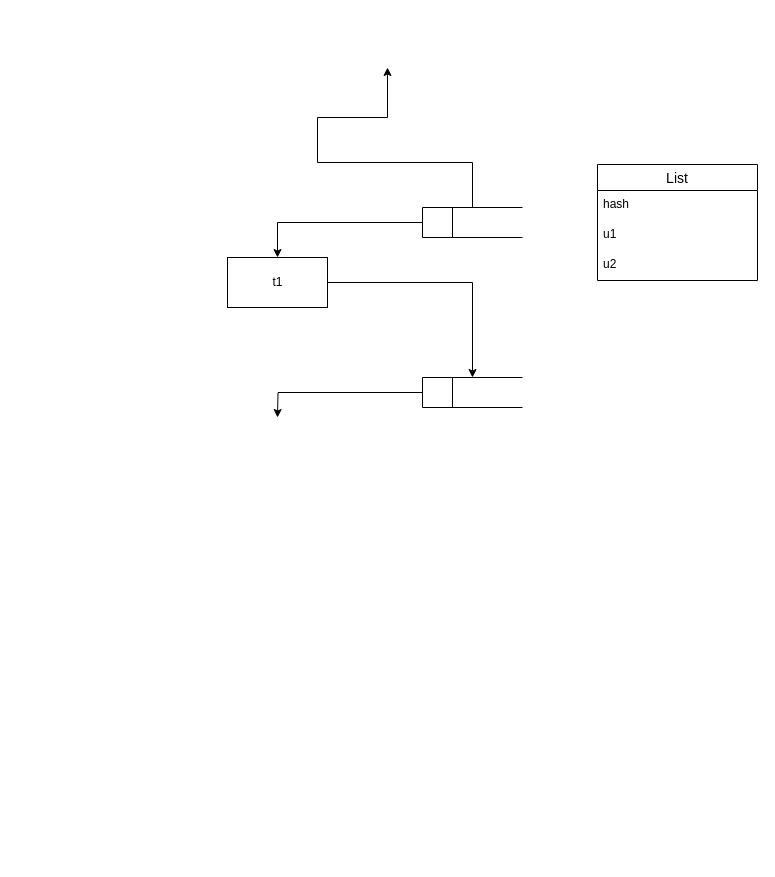
Earlier version of the draw.io diagram page "Page-4" (4 of 4) of mindmap.dio (ITerm0rex/Cryhastra). Source tidied: cells renumbered, new cells numbered last; positions are measured from the earlier drawing's top-left corner, leaving out a move shared by most shapes. Both pictures are drawn from the tidied source at 100%, with x=0, y=0 at pixel (227, 67).
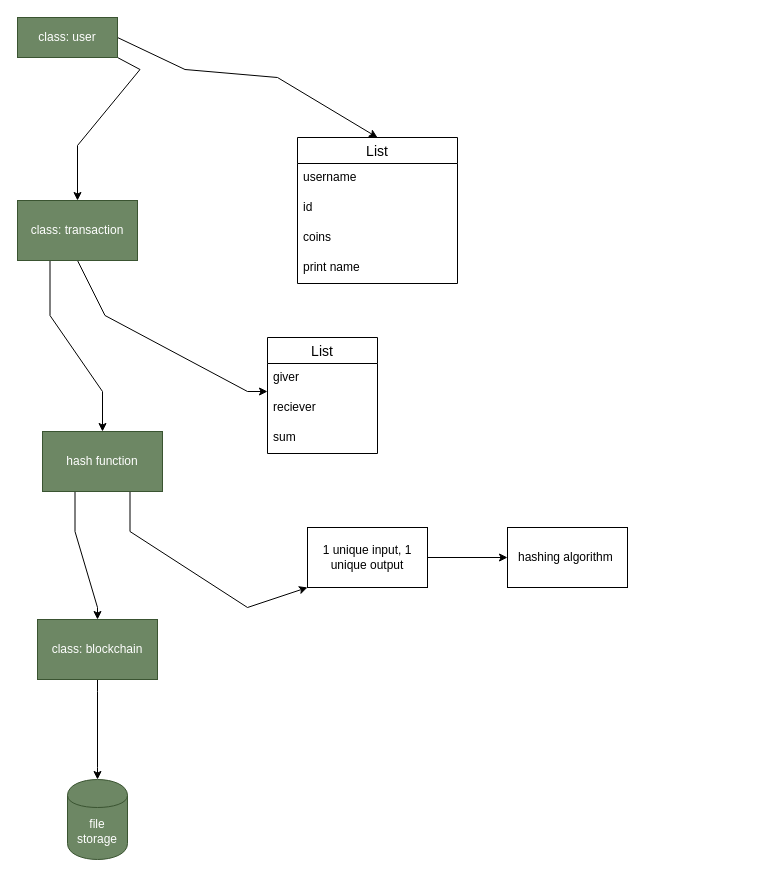
The same page after the edit.

Change to the diagram source:
```diff
@@
-    <mxCell id="2" style="edgeStyle=orthogonalEdgeStyle;rounded=0;jettySize=auto;html=1;entryX=0.5;entryY=0;entryDx=0;entryDy=0;" parent="1" edge="1" source="3" target="8">
-      <mxGeometry relative="1" as="geometry" />
-    </mxCell>
-    <mxCell id="3" value="t1" style="html=1;dashed=0;whitespace=wrap;" parent="1" vertex="1">
-      <mxGeometry y="190" width="100" height="50" as="geometry" />
-    </mxCell>
-    <mxCell id="4" style="edgeStyle=orthogonalEdgeStyle;rounded=0;jettySize=auto;html=1;" parent="1" edge="1" source="6" target="3">
-      <mxGeometry relative="1" as="geometry" />
-    </mxCell>
-    <mxCell id="5" style="edgeStyle=orthogonalEdgeStyle;rounded=0;jettySize=auto;html=1;" parent="1" edge="1" source="6">
-      <mxGeometry relative="1" as="geometry">
-        <mxPoint x="160" as="targetPoint" />
-        <Array as="points">
-          <mxPoint x="245" y="95" />
-          <mxPoint x="90" y="95" />
-          <mxPoint x="90" y="50" />
-        </Array>
-      </mxGeometry>
-    </mxCell>
-    <mxCell id="6" style="html=1;dashed=0;whitespace=wrap;shape=mxgraph.dfd.dataStoreID;align=left;spacingLeft=3;points=[[0,0],[0.5,0],[1,0],[0,0.5],[1,0.5],[0,1],[0.5,1],[1,1]];" parent="1" vertex="1">
-      <mxGeometry x="195" y="140" width="100" height="30" as="geometry" />
-    </mxCell>
-    <mxCell id="7" style="edgeStyle=orthogonalEdgeStyle;rounded=0;jettySize=auto;html=1;" parent="1" edge="1" source="8">
-      <mxGeometry relative="1" as="geometry">
-        <mxPoint x="50" y="350" as="targetPoint" />
-      </mxGeometry>
-    </mxCell>
-    <mxCell id="8" style="html=1;dashed=0;whitespace=wrap;shape=mxgraph.dfd.dataStoreID;align=left;spacingLeft=3;points=[[0,0],[0.5,0],[1,0],[0,0.5],[1,0.5],[0,1],[0.5,1],[1,1]];" parent="1" vertex="1">
-      <mxGeometry x="195" y="310" width="100" height="30" as="geometry" />
-    </mxCell>
-    <mxCell id="9" value="List" style="swimlane;fontStyle=0;horizontal=1;startSize=26;align=center;fontSize=14;" parent="1" vertex="1">
-      <mxGeometry x="370" y="97" width="160" height="116" as="geometry" />
-    </mxCell>
-    <mxCell id="10" value="hash" style="text;strokeColor=none;fillColor=none;spacingLeft=4;spacingRight=4;overflow=hidden;fontSize=12;" parent="9" vertex="1">
-      <mxGeometry y="26" width="160" height="30" as="geometry" />
-    </mxCell>
-    <mxCell id="11" value="u1" style="text;strokeColor=none;fillColor=none;spacingLeft=4;spacingRight=4;overflow=hidden;fontSize=12;" parent="9" vertex="1">
-      <mxGeometry y="56" width="160" height="30" as="geometry" />
-    </mxCell>
-    <mxCell id="12" value="u2" style="text;strokeColor=none;fillColor=none;spacingLeft=4;spacingRight=4;overflow=hidden;fontSize=12;" parent="9" vertex="1">
-      <mxGeometry y="86" width="160" height="30" as="geometry" />
-    </mxCell>
+    <mxCell id="13" style="edgeStyle=orthogonalEdgeStyle;rounded=0;jettySize=auto;html=1;fontFamily=Helvetica;fontSize=12;noEdgeStyle=1;orthogonal=1;" parent="1" edge="1" source="15" target="18">
+      <mxGeometry relative="1" as="geometry">
+        <Array as="points">
+          <mxPoint x="-87.5" y="2" />
+          <mxPoint x="-150" y="78" />
+        </Array>
+      </mxGeometry>
+    </mxCell>
+    <mxCell id="14" style="edgeStyle=orthogonalEdgeStyle;rounded=0;jettySize=auto;html=1;exitX=1;exitY=0.5;exitDx=0;exitDy=0;entryX=0.5;entryY=0;entryDx=0;entryDy=0;fontFamily=Helvetica;fontSize=12;noEdgeStyle=1;orthogonal=1;" parent="1" edge="1" source="15" target="25">
+      <mxGeometry relative="1" as="geometry">
+        <Array as="points">
+          <mxPoint x="-42.5" y="2" />
+          <mxPoint x="50" y="10" />
+        </Array>
+      </mxGeometry>
+    </mxCell>
+    <mxCell id="15" value="class: user" style="whiteSpace=wrap;html=1;align=center;fontFamily=Helvetica;fontSize=12;fillColor=#6d8764;strokeColor=#3A5431;fontColor=#ffffff;" parent="1" vertex="1">
+      <mxGeometry x="-210" y="-50" width="100" height="40" as="geometry" />
+    </mxCell>
+    <mxCell id="16" style="edgeStyle=orthogonalEdgeStyle;rounded=0;jettySize=auto;html=1;fontFamily=Helvetica;fontSize=12;noEdgeStyle=1;orthogonal=1;" parent="1" edge="1" source="18" target="21">
+      <mxGeometry relative="1" as="geometry">
+        <Array as="points">
+          <mxPoint x="-177.5" y="248" />
+          <mxPoint x="-125" y="324" />
+        </Array>
+      </mxGeometry>
+    </mxCell>
+    <mxCell id="17" style="edgeStyle=orthogonalEdgeStyle;rounded=0;jettySize=auto;html=1;fontFamily=Helvetica;fontSize=12;exitX=0.5;exitY=1;exitDx=0;exitDy=0;noEdgeStyle=1;orthogonal=1;" parent="1" edge="1" source="18" target="30">
+      <mxGeometry relative="1" as="geometry">
+        <Array as="points">
+          <mxPoint x="-122.5" y="248" />
+          <mxPoint x="20" y="324" />
+        </Array>
+      </mxGeometry>
+    </mxCell>
+    <mxCell id="18" value="class: transaction" style="whiteSpace=wrap;html=1;fillColor=#6d8764;strokeColor=#3A5431;fontColor=#ffffff;" parent="1" vertex="1">
+      <mxGeometry x="-210" y="133" width="120" height="60" as="geometry" />
+    </mxCell>
+    <mxCell id="19" style="edgeStyle=orthogonalEdgeStyle;rounded=0;jettySize=auto;html=1;fontFamily=Helvetica;fontSize=12;noEdgeStyle=1;orthogonal=1;" parent="1" edge="1" source="21" target="23">
+      <mxGeometry relative="1" as="geometry">
+        <Array as="points">
+          <mxPoint x="-152.5" y="464" />
+          <mxPoint x="-130" y="540" />
+        </Array>
+      </mxGeometry>
+    </mxCell>
+    <mxCell id="20" style="edgeStyle=orthogonalEdgeStyle;rounded=0;jettySize=auto;html=1;fontFamily=Helvetica;fontSize=12;noEdgeStyle=1;orthogonal=1;" parent="1" edge="1" source="21" target="35">
+      <mxGeometry relative="1" as="geometry">
+        <Array as="points">
+          <mxPoint x="-97.5" y="464" />
+          <mxPoint x="20" y="540" />
+        </Array>
+      </mxGeometry>
+    </mxCell>
+    <mxCell id="21" value="hash function" style="whiteSpace=wrap;html=1;fillColor=#6d8764;strokeColor=#3A5431;fontColor=#ffffff;" parent="1" vertex="1">
+      <mxGeometry x="-185" y="364" width="120" height="60" as="geometry" />
+    </mxCell>
+    <mxCell id="22" style="edgeStyle=orthogonalEdgeStyle;rounded=0;jettySize=auto;html=1;fontFamily=Helvetica;fontSize=12;noEdgeStyle=1;orthogonal=1;" parent="1" edge="1" source="23" target="24">
+      <mxGeometry relative="1" as="geometry">
+        <Array as="points">
+          <mxPoint x="-130" y="624" />
+          <mxPoint x="-130" y="700" />
+        </Array>
+      </mxGeometry>
+    </mxCell>
+    <mxCell id="23" value="class: blockchain" style="whiteSpace=wrap;html=1;fillColor=#6d8764;strokeColor=#3A5431;fontColor=#ffffff;" parent="1" vertex="1">
+      <mxGeometry x="-190" y="552" width="120" height="60" as="geometry" />
+    </mxCell>
+    <mxCell id="24" value="file storage" style="shape=cylinder;whiteSpace=wrap;html=1;boundedLbl=1;backgroundOutline=1;fillColor=#6d8764;strokeColor=#3A5431;fontColor=#ffffff;" parent="1" vertex="1">
+      <mxGeometry x="-160" y="712" width="60" height="80" as="geometry" />
+    </mxCell>
+    <mxCell id="25" value="List" style="swimlane;fontStyle=0;horizontal=1;startSize=26;align=center;fontSize=14;" parent="1" vertex="1">
+      <mxGeometry x="70" y="70" width="160" height="146" as="geometry" />
+    </mxCell>
+    <mxCell id="26" value="username" style="text;strokeColor=none;fillColor=none;spacingLeft=4;spacingRight=4;overflow=hidden;fontSize=12;" parent="25" vertex="1">
+      <mxGeometry y="26" width="160" height="30" as="geometry" />
+    </mxCell>
+    <mxCell id="27" value="id" style="text;strokeColor=none;fillColor=none;spacingLeft=4;spacingRight=4;overflow=hidden;fontSize=12;" parent="25" vertex="1">
+      <mxGeometry y="56" width="160" height="30" as="geometry" />
+    </mxCell>
+    <mxCell id="28" value="coins" style="text;strokeColor=none;fillColor=none;spacingLeft=4;spacingRight=4;overflow=hidden;fontSize=12;" parent="25" vertex="1">
+      <mxGeometry y="86" width="160" height="30" as="geometry" />
+    </mxCell>
+    <mxCell id="29" value="print name" style="text;strokeColor=none;fillColor=none;spacingLeft=4;spacingRight=4;overflow=hidden;fontSize=12;fontFamily=Helvetica;" parent="25" vertex="1">
+      <mxGeometry y="116" width="160" height="30" as="geometry" />
+    </mxCell>
+    <mxCell id="30" value="List" style="swimlane;fontStyle=0;horizontal=1;startSize=26;align=center;fontSize=14;" parent="1" vertex="1">
+      <mxGeometry x="40" y="270" width="110" height="116" as="geometry" />
+    </mxCell>
+    <mxCell id="31" value="giver" style="text;strokeColor=none;fillColor=none;spacingLeft=4;spacingRight=4;overflow=hidden;fontSize=12;" parent="30" vertex="1">
+      <mxGeometry y="26" width="110" height="30" as="geometry" />
+    </mxCell>
+    <mxCell id="32" value="reciever" style="text;strokeColor=none;fillColor=none;spacingLeft=4;spacingRight=4;overflow=hidden;fontSize=12;" parent="30" vertex="1">
+      <mxGeometry y="56" width="110" height="30" as="geometry" />
+    </mxCell>
+    <mxCell id="33" value="sum" style="text;strokeColor=none;fillColor=none;spacingLeft=4;spacingRight=4;overflow=hidden;fontSize=12;" parent="30" vertex="1">
+      <mxGeometry y="86" width="110" height="30" as="geometry" />
+    </mxCell>
+    <mxCell id="34" style="edgeStyle=orthogonalEdgeStyle;rounded=0;jettySize=auto;html=1;fontFamily=Helvetica;fontSize=12;" parent="1" edge="1" source="35" target="36">
+      <mxGeometry relative="1" as="geometry" />
+    </mxCell>
+    <mxCell id="35" value="1 unique input, 1 unique output" style="whiteSpace=wrap;html=1;" parent="1" vertex="1">
+      <mxGeometry x="80" y="460" width="120" height="60" as="geometry" />
+    </mxCell>
+    <mxCell id="36" value="hashing algorithm&amp;nbsp;" style="whiteSpace=wrap;html=1;" parent="1" vertex="1">
+      <mxGeometry x="280" y="460" width="120" height="60" as="geometry" />
+    </mxCell>
```
